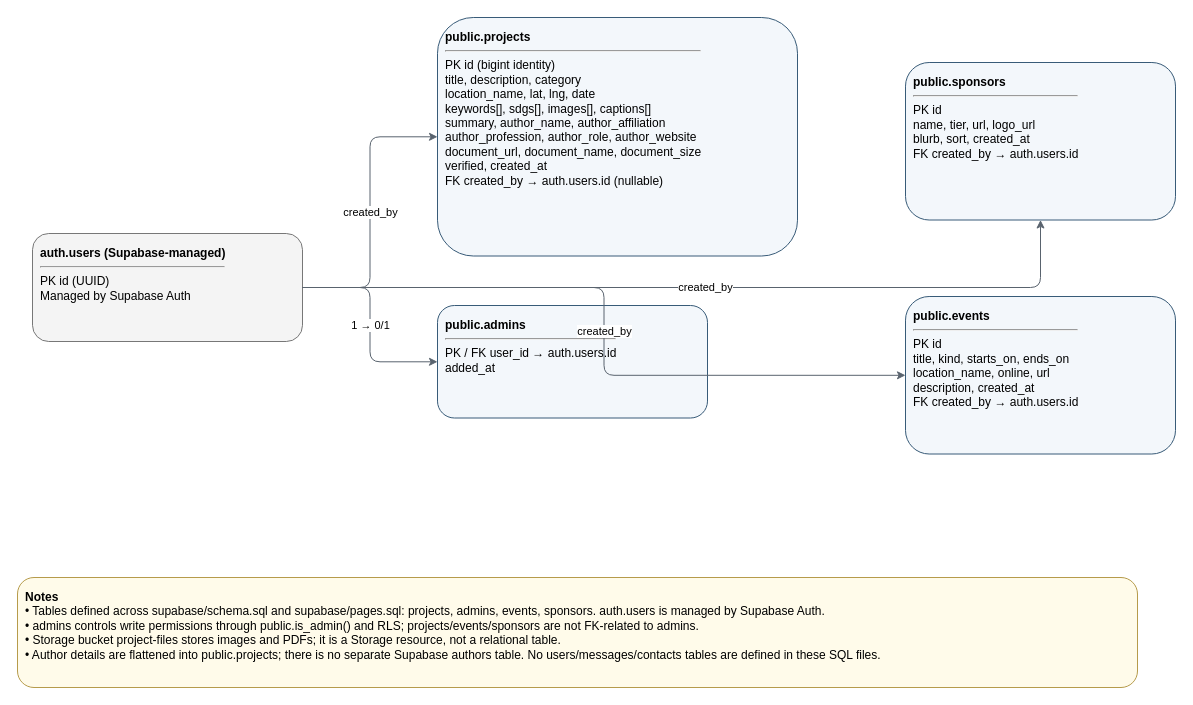
This is docs/architecture/diagrams/supabase-database-erd.drawio from AnshSatiish/thecharter, a draw.io file, before an edit. Source tidied: cells renumbered, new cells numbered last; positions are measured from the earlier drawing's top-left corner, leaving out a move shared by most shapes. Both pictures are drawn from the tidied source at 100%, with x=0, y=0 at pixel (17, 17).
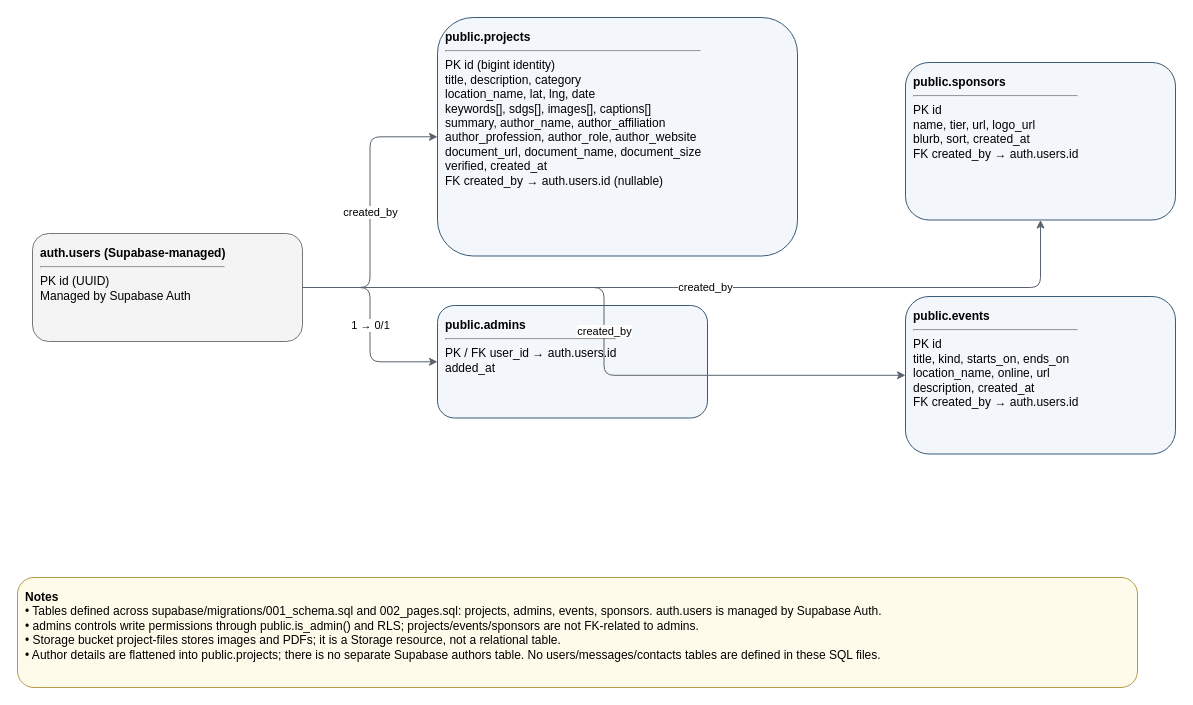
After the change.

Change to the diagram source:
```diff
@@
 <mxGraphModel>
   <root>
     <mxCell id="0" />
     <mxCell id="1" parent="0" />
     <mxCell id="2" value="&lt;b&gt;auth.users (Supabase-managed)&lt;/b&gt;&lt;hr/&gt;PK  id (UUID)&lt;br/&gt;Managed by Supabase Auth" style="rounded=1;whiteSpace=wrap;html=1;fillColor=#f4f4f4;strokeColor=#777777;fontSize=12;align=left;verticalAlign=top;spacing=8;" parent="1" vertex="1">
       <mxGeometry x="15" y="216" width="270" height="108" as="geometry" />
     </mxCell>
     <mxCell id="3" value="&lt;b&gt;public.admins&lt;/b&gt;&lt;hr/&gt;PK / FK  user_id → auth.users.id&lt;br/&gt;added_at" style="rounded=1;whiteSpace=wrap;html=1;fillColor=#f3f7fb;strokeColor=#385b78;fontSize=12;align=left;verticalAlign=top;spacing=8;" parent="1" vertex="1">
       <mxGeometry x="420" y="288" width="270" height="112.5" as="geometry" />
     </mxCell>
     <mxCell id="4" value="&lt;b&gt;public.projects&lt;/b&gt;&lt;hr/&gt;PK  id (bigint identity)&lt;br/&gt;title, description, category&lt;br/&gt;location_name, lat, lng, date&lt;br/&gt;keywords[], sdgs[], images[], captions[]&lt;br/&gt;summary, author_name, author_affiliation&lt;br/&gt;author_profession, author_role, author_website&lt;br/&gt;document_url, document_name, document_size&lt;br/&gt;verified, created_at&lt;br/&gt;FK  created_by → auth.users.id (nullable)" style="rounded=1;whiteSpace=wrap;html=1;fillColor=#f3f7fb;strokeColor=#385b78;fontSize=12;align=left;verticalAlign=top;spacing=8;" parent="1" vertex="1">
       <mxGeometry x="420" width="360" height="238.5" as="geometry" />
     </mxCell>
     <mxCell id="5" value="&lt;b&gt;public.events&lt;/b&gt;&lt;hr/&gt;PK  id&lt;br/&gt;title, kind, starts_on, ends_on&lt;br/&gt;location_name, online, url&lt;br/&gt;description, created_at&lt;br/&gt;FK  created_by → auth.users.id" style="rounded=1;whiteSpace=wrap;html=1;fillColor=#f3f7fb;strokeColor=#385b78;fontSize=12;align=left;verticalAlign=top;spacing=8;" parent="1" vertex="1">
       <mxGeometry x="888" y="279" width="270" height="157.5" as="geometry" />
     </mxCell>
     <mxCell id="6" value="&lt;b&gt;public.sponsors&lt;/b&gt;&lt;hr/&gt;PK  id&lt;br/&gt;name, tier, url, logo_url&lt;br/&gt;blurb, sort, created_at&lt;br/&gt;FK  created_by → auth.users.id" style="rounded=1;whiteSpace=wrap;html=1;fillColor=#f3f7fb;strokeColor=#385b78;fontSize=12;align=left;verticalAlign=top;spacing=8;" parent="1" vertex="1">
       <mxGeometry x="888" y="45" width="270" height="157.5" as="geometry" />
     </mxCell>
     <mxCell id="7" value="1 → 0/1" style="edgeStyle=orthogonalEdgeStyle;rounded=1;html=1;endArrow=classic;strokeColor=#59636e;" parent="1" edge="1" source="2" target="3">
       <mxGeometry relative="1" as="geometry" />
     </mxCell>
     <mxCell id="8" value="created_by" style="edgeStyle=orthogonalEdgeStyle;rounded=1;html=1;endArrow=classic;strokeColor=#59636e;" parent="1" edge="1" source="2" target="4">
       <mxGeometry relative="1" as="geometry" />
     </mxCell>
     <mxCell id="9" value="created_by" style="edgeStyle=orthogonalEdgeStyle;rounded=1;html=1;endArrow=classic;strokeColor=#59636e;" parent="1" edge="1" source="2" target="5">
       <mxGeometry relative="1" as="geometry" />
     </mxCell>
     <mxCell id="10" value="created_by" style="edgeStyle=orthogonalEdgeStyle;rounded=1;html=1;endArrow=classic;strokeColor=#59636e;" parent="1" edge="1" source="2" target="6">
       <mxGeometry relative="1" as="geometry" />
     </mxCell>
-    <mxCell id="11" value="&lt;b&gt;Notes&lt;/b&gt;&lt;br/&gt;• Tables defined across supabase/schema.sql and supabase/pages.sql: projects, admins, events, sponsors. auth.users is managed by Supabase Auth.&lt;br/&gt;• admins controls write permissions through public.is_admin() and RLS; projects/events/sponsors are not FK-related to admins.&lt;br/&gt;• Storage bucket project-files stores images and PDFs; it is a Storage resource, not a relational table.&lt;br/&gt;• Author details are flattened into public.projects; there is no separate Supabase authors table. No users/messages/contacts tables are defined in these SQL files." style="rounded=1;whiteSpace=wrap;html=1;fillColor=#fffbea;strokeColor=#b69b4b;fontSize=12;align=left;verticalAlign=top;spacing=8;" parent="1" vertex="1">
+    <mxCell id="11" value="&lt;b&gt;Notes&lt;/b&gt;&lt;br/&gt;• Tables defined across supabase/migrations/001_schema.sql and 002_pages.sql: projects, admins, events, sponsors. auth.users is managed by Supabase Auth.&lt;br/&gt;• admins controls write permissions through public.is_admin() and RLS; projects/events/sponsors are not FK-related to admins.&lt;br/&gt;• Storage bucket project-files stores images and PDFs; it is a Storage resource, not a relational table.&lt;br/&gt;• Author details are flattened into public.projects; there is no separate Supabase authors table. No users/messages/contacts tables are defined in these SQL files." style="rounded=1;whiteSpace=wrap;html=1;fillColor=#fffbea;strokeColor=#b69b4b;fontSize=12;align=left;verticalAlign=top;spacing=8;" parent="1" vertex="1">
       <mxGeometry y="560" width="1120" height="110" as="geometry" />
     </mxCell>
   </root>
 </mxGraphModel>
```
